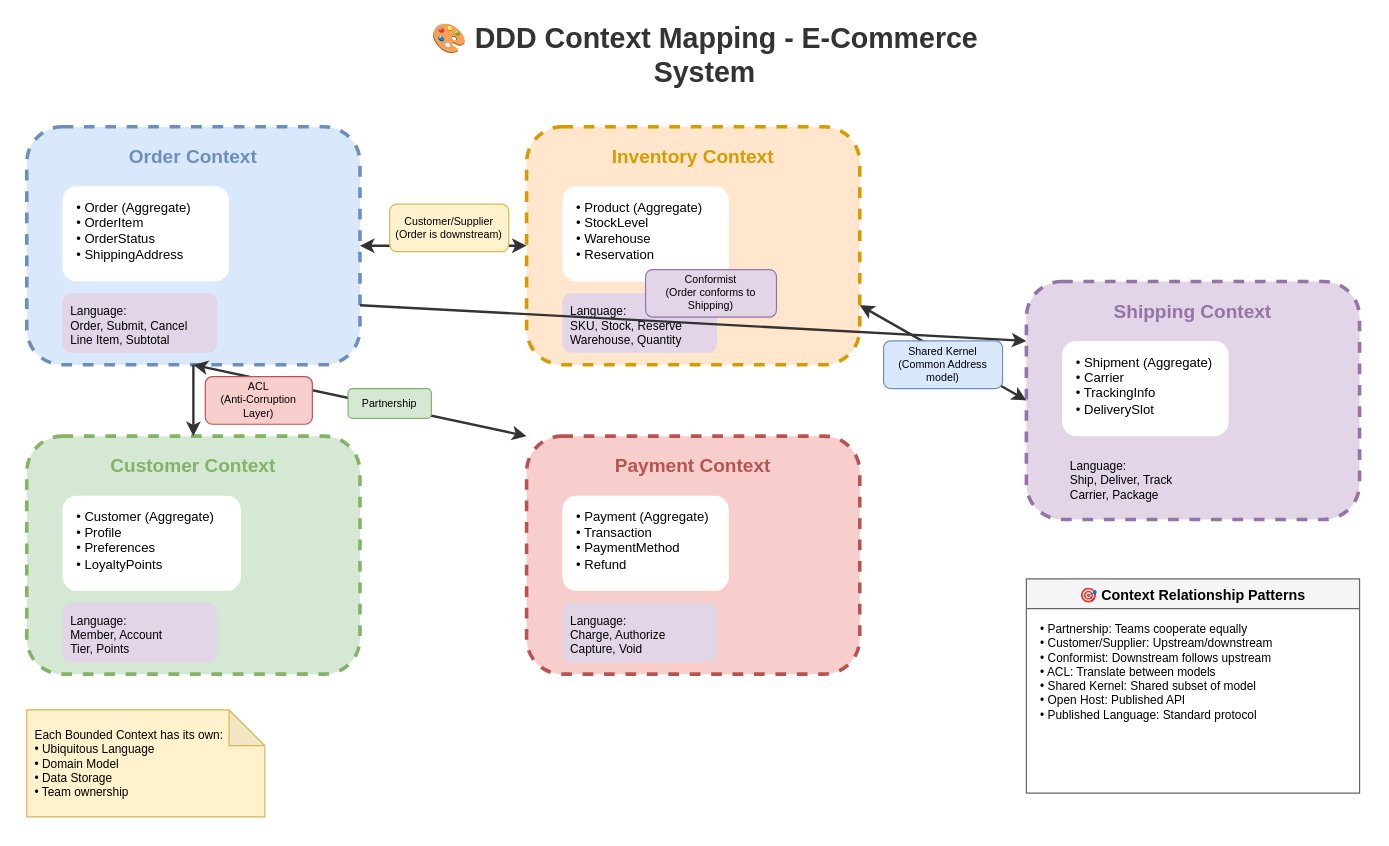
The draw.io diagram lesson-01-software-design-architecture/01-design-patterns/1.6-ddd-context-mapping.drawio in MrParkerZ7/document-lesson-software-architect-x-claude, before the edit. Source tidied: cells renumbered, new cells numbered last; positions are measured from the earlier drawing's top-left corner, leaving out a move shared by most shapes. Both pictures are drawn from the tidied source at 119%, with x=0, y=0 at pixel (26, 31).
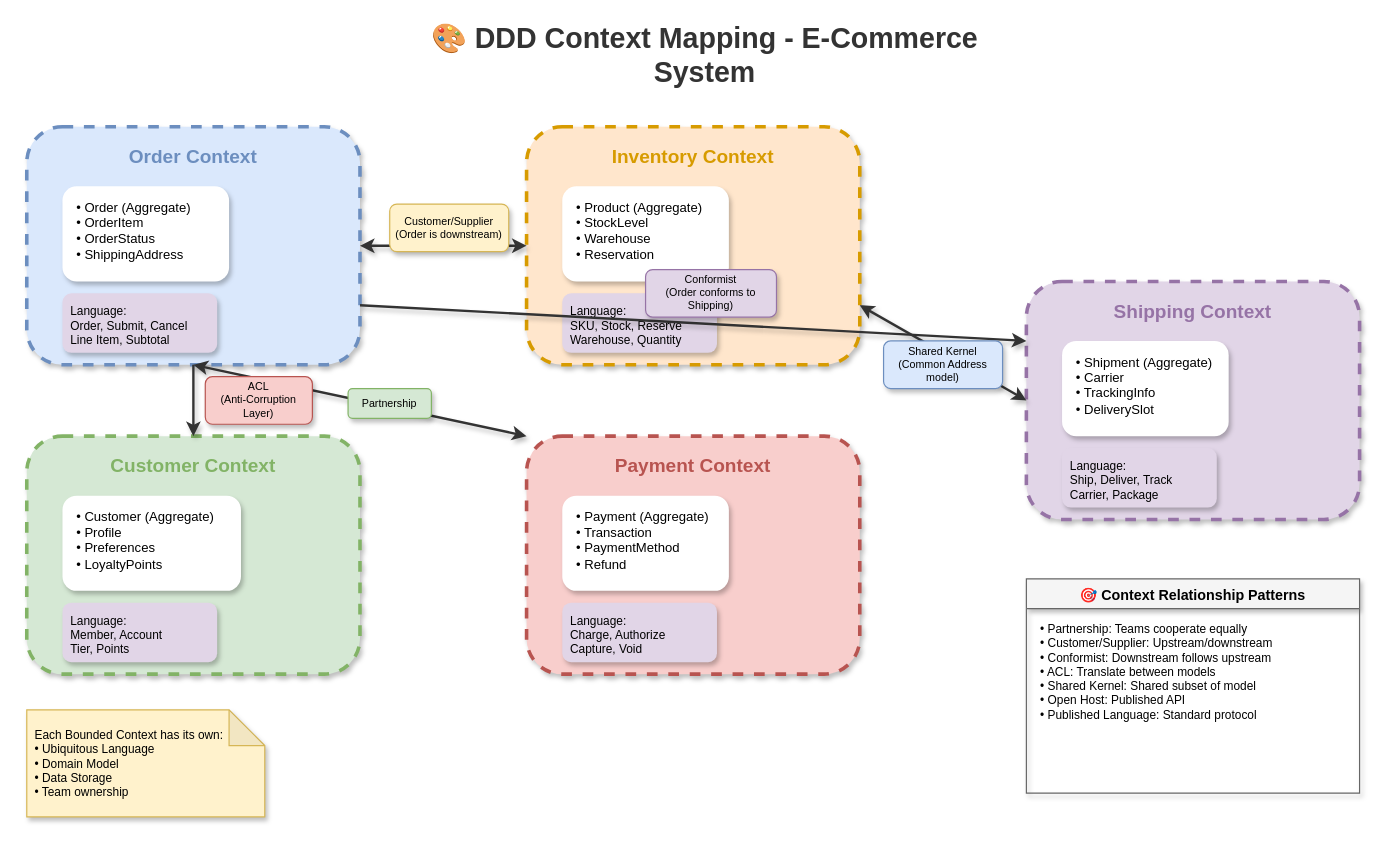
The same diagram, later.

Diff of the diagram source:
```diff
@@
-    <mxCell id="3" style="rounded=1;whiteSpace=wrap;html=1;fillColor=#dae8fc;strokeColor=#6c8ebf;strokeWidth=3;dashed=1;" parent="1" vertex="1">
+    <mxCell id="3" style="rounded=1;whiteSpace=wrap;html=1;fillColor=#dae8fc;strokeColor=#6c8ebf;strokeWidth=3;dashed=1;shadow=1;" parent="1" vertex="1">
       <mxGeometry y="80" width="280" height="200" as="geometry" />
     </mxCell>
@@
-    <mxCell id="5" value="• Order (Aggregate)&#10;• OrderItem&#10;• OrderStatus&#10;• ShippingAddress" style="text;html=1;strokeColor=none;fillColor=#ffffff;align=left;verticalAlign=top;whiteSpace=wrap;rounded=1;fontSize=11;spacingLeft=10;spacingTop=5;" parent="1" vertex="1">
+    <mxCell id="5" value="• Order (Aggregate)&#10;• OrderItem&#10;• OrderStatus&#10;• ShippingAddress" style="text;html=1;strokeColor=none;fillColor=#ffffff;align=left;verticalAlign=top;whiteSpace=wrap;rounded=1;fontSize=11;spacingLeft=10;spacingTop=5;shadow=1;" parent="1" vertex="1">
       <mxGeometry x="30" y="130" width="140" height="80" as="geometry" />
     </mxCell>
-    <mxCell id="6" value="Language:&#10;Order, Submit, Cancel&#10;Line Item, Subtotal" style="text;html=1;strokeColor=none;fillColor=#e1d5e7;align=left;verticalAlign=top;whiteSpace=wrap;rounded=1;fontSize=10;spacingLeft=5;spacingTop=3;" parent="1" vertex="1">
+    <mxCell id="6" value="Language:&#10;Order, Submit, Cancel&#10;Line Item, Subtotal" style="text;html=1;strokeColor=none;fillColor=#e1d5e7;align=left;verticalAlign=top;whiteSpace=wrap;rounded=1;fontSize=10;spacingLeft=5;spacingTop=3;shadow=1;" parent="1" vertex="1">
       <mxGeometry x="30" y="220" width="130" height="50" as="geometry" />
     </mxCell>
-    <mxCell id="7" style="rounded=1;whiteSpace=wrap;html=1;fillColor=#d5e8d4;strokeColor=#82b366;strokeWidth=3;dashed=1;" parent="1" vertex="1">
+    <mxCell id="7" style="rounded=1;whiteSpace=wrap;html=1;fillColor=#d5e8d4;strokeColor=#82b366;strokeWidth=3;dashed=1;shadow=1;" parent="1" vertex="1">
       <mxGeometry y="340" width="280" height="200" as="geometry" />
     </mxCell>
@@
-    <mxCell id="9" value="• Customer (Aggregate)&#10;• Profile&#10;• Preferences&#10;• LoyaltyPoints" style="text;html=1;strokeColor=none;fillColor=#ffffff;align=left;verticalAlign=top;whiteSpace=wrap;rounded=1;fontSize=11;spacingLeft=10;spacingTop=5;" parent="1" vertex="1">
+    <mxCell id="9" value="• Customer (Aggregate)&#10;• Profile&#10;• Preferences&#10;• LoyaltyPoints" style="text;html=1;strokeColor=none;fillColor=#ffffff;align=left;verticalAlign=top;whiteSpace=wrap;rounded=1;fontSize=11;spacingLeft=10;spacingTop=5;shadow=1;" parent="1" vertex="1">
       <mxGeometry x="30" y="390" width="150" height="80" as="geometry" />
     </mxCell>
-    <mxCell id="10" value="Language:&#10;Member, Account&#10;Tier, Points" style="text;html=1;strokeColor=none;fillColor=#e1d5e7;align=left;verticalAlign=top;whiteSpace=wrap;rounded=1;fontSize=10;spacingLeft=5;spacingTop=3;" parent="1" vertex="1">
+    <mxCell id="10" value="Language:&#10;Member, Account&#10;Tier, Points" style="text;html=1;strokeColor=none;fillColor=#e1d5e7;align=left;verticalAlign=top;whiteSpace=wrap;rounded=1;fontSize=10;spacingLeft=5;spacingTop=3;shadow=1;" parent="1" vertex="1">
       <mxGeometry x="30" y="480" width="130" height="50" as="geometry" />
     </mxCell>
-    <mxCell id="11" style="rounded=1;whiteSpace=wrap;html=1;fillColor=#ffe6cc;strokeColor=#d79b00;strokeWidth=3;dashed=1;" parent="1" vertex="1">
+    <mxCell id="11" style="rounded=1;whiteSpace=wrap;html=1;fillColor=#ffe6cc;strokeColor=#d79b00;strokeWidth=3;dashed=1;shadow=1;" parent="1" vertex="1">
       <mxGeometry x="420" y="80" width="280" height="200" as="geometry" />
     </mxCell>
@@
-    <mxCell id="13" value="• Product (Aggregate)&#10;• StockLevel&#10;• Warehouse&#10;• Reservation" style="text;html=1;strokeColor=none;fillColor=#ffffff;align=left;verticalAlign=top;whiteSpace=wrap;rounded=1;fontSize=11;spacingLeft=10;spacingTop=5;" parent="1" vertex="1">
+    <mxCell id="13" value="• Product (Aggregate)&#10;• StockLevel&#10;• Warehouse&#10;• Reservation" style="text;html=1;strokeColor=none;fillColor=#ffffff;align=left;verticalAlign=top;whiteSpace=wrap;rounded=1;fontSize=11;spacingLeft=10;spacingTop=5;shadow=1;" parent="1" vertex="1">
       <mxGeometry x="450" y="130" width="140" height="80" as="geometry" />
     </mxCell>
-    <mxCell id="14" value="Language:&#10;SKU, Stock, Reserve&#10;Warehouse, Quantity" style="text;html=1;strokeColor=none;fillColor=#e1d5e7;align=left;verticalAlign=top;whiteSpace=wrap;rounded=1;fontSize=10;spacingLeft=5;spacingTop=3;" parent="1" vertex="1">
+    <mxCell id="14" value="Language:&#10;SKU, Stock, Reserve&#10;Warehouse, Quantity" style="text;html=1;strokeColor=none;fillColor=#e1d5e7;align=left;verticalAlign=top;whiteSpace=wrap;rounded=1;fontSize=10;spacingLeft=5;spacingTop=3;shadow=1;" parent="1" vertex="1">
       <mxGeometry x="450" y="220" width="130" height="50" as="geometry" />
     </mxCell>
-    <mxCell id="15" style="rounded=1;whiteSpace=wrap;html=1;fillColor=#f8cecc;strokeColor=#b85450;strokeWidth=3;dashed=1;" parent="1" vertex="1">
+    <mxCell id="15" style="rounded=1;whiteSpace=wrap;html=1;fillColor=#f8cecc;strokeColor=#b85450;strokeWidth=3;dashed=1;shadow=1;" parent="1" vertex="1">
       <mxGeometry x="420" y="340" width="280" height="200" as="geometry" />
     </mxCell>
@@
-    <mxCell id="17" value="• Payment (Aggregate)&#10;• Transaction&#10;• PaymentMethod&#10;• Refund" style="text;html=1;strokeColor=none;fillColor=#ffffff;align=left;verticalAlign=top;whiteSpace=wrap;rounded=1;fontSize=11;spacingLeft=10;spacingTop=5;" parent="1" vertex="1">
+    <mxCell id="17" value="• Payment (Aggregate)&#10;• Transaction&#10;• PaymentMethod&#10;• Refund" style="text;html=1;strokeColor=none;fillColor=#ffffff;align=left;verticalAlign=top;whiteSpace=wrap;rounded=1;fontSize=11;spacingLeft=10;spacingTop=5;shadow=1;" parent="1" vertex="1">
       <mxGeometry x="450" y="390" width="140" height="80" as="geometry" />
     </mxCell>
-    <mxCell id="18" value="Language:&#10;Charge, Authorize&#10;Capture, Void" style="text;html=1;strokeColor=none;fillColor=#e1d5e7;align=left;verticalAlign=top;whiteSpace=wrap;rounded=1;fontSize=10;spacingLeft=5;spacingTop=3;" parent="1" vertex="1">
+    <mxCell id="18" value="Language:&#10;Charge, Authorize&#10;Capture, Void" style="text;html=1;strokeColor=none;fillColor=#e1d5e7;align=left;verticalAlign=top;whiteSpace=wrap;rounded=1;fontSize=10;spacingLeft=5;spacingTop=3;shadow=1;" parent="1" vertex="1">
       <mxGeometry x="450" y="480" width="130" height="50" as="geometry" />
     </mxCell>
-    <mxCell id="19" style="rounded=1;whiteSpace=wrap;html=1;fillColor=#e1d5e7;strokeColor=#9673a6;strokeWidth=3;dashed=1;" parent="1" vertex="1">
+    <mxCell id="19" style="rounded=1;whiteSpace=wrap;html=1;fillColor=#e1d5e7;strokeColor=#9673a6;strokeWidth=3;dashed=1;shadow=1;" parent="1" vertex="1">
       <mxGeometry x="840" y="210" width="280" height="200" as="geometry" />
     </mxCell>
@@
-    <mxCell id="21" value="• Shipment (Aggregate)&#10;• Carrier&#10;• TrackingInfo&#10;• DeliverySlot" style="text;html=1;strokeColor=none;fillColor=#ffffff;align=left;verticalAlign=top;whiteSpace=wrap;rounded=1;fontSize=11;spacingLeft=10;spacingTop=5;" parent="1" vertex="1">
+    <mxCell id="21" value="• Shipment (Aggregate)&#10;• Carrier&#10;• TrackingInfo&#10;• DeliverySlot" style="text;html=1;strokeColor=none;fillColor=#ffffff;align=left;verticalAlign=top;whiteSpace=wrap;rounded=1;fontSize=11;spacingLeft=10;spacingTop=5;shadow=1;" parent="1" vertex="1">
       <mxGeometry x="870" y="260" width="140" height="80" as="geometry" />
     </mxCell>
-    <mxCell id="22" value="Language:&#10;Ship, Deliver, Track&#10;Carrier, Package" style="text;html=1;strokeColor=none;fillColor=#e1d5e7;align=left;verticalAlign=top;whiteSpace=wrap;rounded=1;fontSize=10;spacingLeft=5;spacingTop=3;" parent="1" vertex="1">
+    <mxCell id="22" value="Language:&#10;Ship, Deliver, Track&#10;Carrier, Package" style="text;html=1;strokeColor=none;fillColor=#e1d5e7;align=left;verticalAlign=top;whiteSpace=wrap;rounded=1;fontSize=10;spacingLeft=5;spacingTop=3;shadow=1;" parent="1" vertex="1">
       <mxGeometry x="870" y="350" width="130" height="50" as="geometry" />
     </mxCell>
-    <mxCell id="23" style="endArrow=classic;startArrow=classic;html=1;exitX=1;exitY=0.5;exitDx=0;exitDy=0;entryX=0;entryY=0.5;entryDx=0;entryDy=0;strokeWidth=2;strokeColor=#333333;" parent="1" edge="1" source="3" target="11">
+    <mxCell id="23" style="endArrow=classic;startArrow=classic;html=1;exitX=1;exitY=0.5;exitDx=0;exitDy=0;entryX=0;entryY=0.5;entryDx=0;entryDy=0;strokeWidth=2;strokeColor=#333333;shadow=1;curved=1;flowAnimation=1;jumpStyle=arc;" parent="1" edge="1" source="3" target="11">
       <mxGeometry relative="1" as="geometry" />
     </mxCell>
-    <mxCell id="24" value="Customer/Supplier&#10;(Order is downstream)" style="text;html=1;strokeColor=#d6b656;fillColor=#fff2cc;align=center;verticalAlign=middle;whiteSpace=wrap;rounded=1;fontSize=9;" parent="1" vertex="1">
+    <mxCell id="24" value="Customer/Supplier&#10;(Order is downstream)" style="text;html=1;strokeColor=#d6b656;fillColor=#fff2cc;align=center;verticalAlign=middle;whiteSpace=wrap;rounded=1;fontSize=9;shadow=1;" parent="1" vertex="1">
       <mxGeometry x="305" y="145" width="100" height="40" as="geometry" />
     </mxCell>
-    <mxCell id="25" style="endArrow=classic;startArrow=classic;html=1;exitX=0.5;exitY=1;exitDx=0;exitDy=0;entryX=0;entryY=0;entryDx=0;entryDy=0;strokeWidth=2;strokeColor=#333333;curved=1;" parent="1" edge="1" source="3" target="15">
+    <mxCell id="25" style="endArrow=classic;startArrow=classic;html=1;exitX=0.5;exitY=1;exitDx=0;exitDy=0;entryX=0;entryY=0;entryDx=0;entryDy=0;strokeWidth=2;strokeColor=#333333;curved=1;shadow=1;flowAnimation=1;jumpStyle=arc;" parent="1" edge="1" source="3" target="15">
       <mxGeometry relative="1" as="geometry" />
     </mxCell>
-    <mxCell id="26" value="Partnership" style="text;html=1;strokeColor=#82b366;fillColor=#d5e8d4;align=center;verticalAlign=middle;whiteSpace=wrap;rounded=1;fontSize=9;" parent="1" vertex="1">
+    <mxCell id="26" value="Partnership" style="text;html=1;strokeColor=#82b366;fillColor=#d5e8d4;align=center;verticalAlign=middle;whiteSpace=wrap;rounded=1;fontSize=9;shadow=1;" parent="1" vertex="1">
       <mxGeometry x="270" y="300" width="70" height="25" as="geometry" />
     </mxCell>
-    <mxCell id="27" style="endArrow=classic;html=1;exitX=0.5;exitY=1;exitDx=0;exitDy=0;entryX=0.5;entryY=0;entryDx=0;entryDy=0;strokeWidth=2;strokeColor=#333333;" parent="1" edge="1" source="3" target="7">
+    <mxCell id="27" style="endArrow=classic;html=1;exitX=0.5;exitY=1;exitDx=0;exitDy=0;entryX=0.5;entryY=0;entryDx=0;entryDy=0;strokeWidth=2;strokeColor=#333333;shadow=1;curved=1;flowAnimation=1;jumpStyle=arc;" parent="1" edge="1" source="3" target="7">
       <mxGeometry relative="1" as="geometry" />
     </mxCell>
-    <mxCell id="28" value="ACL&#10;(Anti-Corruption Layer)" style="text;html=1;strokeColor=#b85450;fillColor=#f8cecc;align=center;verticalAlign=middle;whiteSpace=wrap;rounded=1;fontSize=9;" parent="1" vertex="1">
+    <mxCell id="28" value="ACL&#10;(Anti-Corruption Layer)" style="text;html=1;strokeColor=#b85450;fillColor=#f8cecc;align=center;verticalAlign=middle;whiteSpace=wrap;rounded=1;fontSize=9;shadow=1;" parent="1" vertex="1">
       <mxGeometry x="150" y="290" width="90" height="40" as="geometry" />
     </mxCell>
-    <mxCell id="29" style="endArrow=classic;html=1;exitX=1;exitY=0.75;exitDx=0;exitDy=0;entryX=0;entryY=0.25;entryDx=0;entryDy=0;strokeWidth=2;strokeColor=#333333;" parent="1" edge="1" source="3" target="19">
+    <mxCell id="29" style="endArrow=classic;html=1;exitX=1;exitY=0.75;exitDx=0;exitDy=0;entryX=0;entryY=0.25;entryDx=0;entryDy=0;strokeWidth=2;strokeColor=#333333;shadow=1;curved=1;flowAnimation=1;jumpStyle=arc;" parent="1" edge="1" source="3" target="19">
       <mxGeometry relative="1" as="geometry" />
     </mxCell>
-    <mxCell id="30" value="Conformist&#10;(Order conforms to Shipping)" style="text;html=1;strokeColor=#9673a6;fillColor=#e1d5e7;align=center;verticalAlign=middle;whiteSpace=wrap;rounded=1;fontSize=9;" parent="1" vertex="1">
+    <mxCell id="30" value="Conformist&#10;(Order conforms to Shipping)" style="text;html=1;strokeColor=#9673a6;fillColor=#e1d5e7;align=center;verticalAlign=middle;whiteSpace=wrap;rounded=1;fontSize=9;shadow=1;" parent="1" vertex="1">
       <mxGeometry x="520" y="200" width="110" height="40" as="geometry" />
     </mxCell>
-    <mxCell id="31" style="endArrow=classic;startArrow=classic;html=1;exitX=1;exitY=0.75;exitDx=0;exitDy=0;entryX=0;entryY=0.5;entryDx=0;entryDy=0;strokeWidth=2;strokeColor=#333333;" parent="1" edge="1" source="11" target="19">
+    <mxCell id="31" style="endArrow=classic;startArrow=classic;html=1;exitX=1;exitY=0.75;exitDx=0;exitDy=0;entryX=0;entryY=0.5;entryDx=0;entryDy=0;strokeWidth=2;strokeColor=#333333;shadow=1;curved=1;flowAnimation=1;jumpStyle=arc;" parent="1" edge="1" source="11" target="19">
       <mxGeometry relative="1" as="geometry" />
     </mxCell>
-    <mxCell id="32" value="Shared Kernel&#10;(Common Address model)" style="text;html=1;strokeColor=#6c8ebf;fillColor=#dae8fc;align=center;verticalAlign=middle;whiteSpace=wrap;rounded=1;fontSize=9;" parent="1" vertex="1">
+    <mxCell id="32" value="Shared Kernel&#10;(Common Address model)" style="text;html=1;strokeColor=#6c8ebf;fillColor=#dae8fc;align=center;verticalAlign=middle;whiteSpace=wrap;rounded=1;fontSize=9;shadow=1;" parent="1" vertex="1">
       <mxGeometry x="720" y="260" width="100" height="40" as="geometry" />
     </mxCell>
-    <mxCell id="33" value="🎯 Context Relationship Patterns" style="swimlane;fontStyle=1;align=center;verticalAlign=top;horizontal=1;startSize=25;fillColor=#f5f5f5;strokeColor=#666666;" parent="1" vertex="1">
+    <mxCell id="33" value="🎯 Context Relationship Patterns" style="swimlane;fontStyle=1;align=center;verticalAlign=top;horizontal=1;startSize=25;fillColor=#f5f5f5;strokeColor=#666666;shadow=1;rounded=0;" parent="1" vertex="1">
       <mxGeometry x="840" y="460" width="280" height="180" as="geometry" />
     </mxCell>
@@
-    <mxCell id="35" value="Each Bounded Context has its own:&#10;• Ubiquitous Language&#10;• Domain Model&#10;• Data Storage&#10;• Team ownership" style="shape=note;whiteSpace=wrap;html=1;backgroundOutline=1;darkOpacity=0.05;fillColor=#fff2cc;strokeColor=#d6b656;fontSize=10;align=left;spacingLeft=5;" parent="1" vertex="1">
+    <mxCell id="35" value="Each Bounded Context has its own:&#10;• Ubiquitous Language&#10;• Domain Model&#10;• Data Storage&#10;• Team ownership" style="shape=note;whiteSpace=wrap;html=1;backgroundOutline=1;darkOpacity=0.05;fillColor=#fff2cc;strokeColor=#d6b656;fontSize=10;align=left;spacingLeft=5;shadow=1;" parent="1" vertex="1">
       <mxGeometry y="570" width="200" height="90" as="geometry" />
     </mxCell>
```
